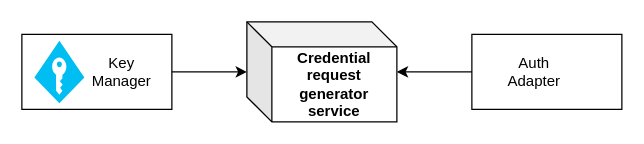
Earlier version of the draw.io diagram docs/_images/credential-request-generator.drawio (mosip/documentation). Source tidied: cells renumbered, new cells numbered last; positions are measured from the earlier drawing's top-left corner, leaving out a move shared by most shapes. Both pictures are drawn from the tidied source at 125%, with x=0, y=0 at pixel (21, 21).
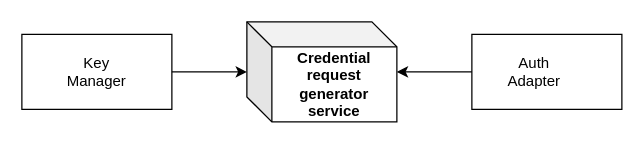
Above is the later version.

The edit, as a diff of the source:
```diff
@@
 <mxGraphModel>
   <root>
     <mxCell id="0" />
     <mxCell id="1" parent="0" />
     <mxCell id="2" value="&lt;b&gt;Credential request generator service&lt;/b&gt;" style="shape=cube;whiteSpace=wrap;html=1;boundedLbl=1;backgroundOutline=1;darkOpacity=0.05;darkOpacity2=0.1;" parent="1" vertex="1">
       <mxGeometry x="180" width="120" height="80" as="geometry" />
     </mxCell>
     <mxCell id="3" style="rounded=0;whiteSpace=wrap;html=1;" parent="1" vertex="1">
       <mxGeometry y="10" width="120" height="60" as="geometry" />
     </mxCell>
     <mxCell id="4" style="rounded=0;whiteSpace=wrap;html=1;" parent="1" vertex="1">
       <mxGeometry x="360" y="10" width="120" height="60" as="geometry" />
     </mxCell>
     <mxCell id="5" value="Key Manager" style="text;html=1;strokeColor=none;fillColor=none;align=center;verticalAlign=middle;whiteSpace=wrap;rounded=0;" parent="1" vertex="1">
-      <mxGeometry x="50" y="25" width="60" height="30" as="geometry" />
+      <mxGeometry x="30" y="25" width="60" height="30" as="geometry" />
     </mxCell>
     <mxCell id="6" value="Auth Adapter" style="text;html=1;strokeColor=none;fillColor=none;align=center;verticalAlign=middle;whiteSpace=wrap;rounded=0;" parent="1" vertex="1">
       <mxGeometry x="380" y="25" width="60" height="30" as="geometry" />
     </mxCell>
-    <mxCell id="7" style="verticalLabelPosition=bottom;html=1;verticalAlign=top;align=center;strokeColor=none;fillColor=#00BEF2;shape=mxgraph.azure.access_control;" parent="1" vertex="1">
-      <mxGeometry x="10" y="15" width="40" height="50" as="geometry" />
-    </mxCell>
     <mxCell id="8" style="endArrow=classic;html=1;rounded=0;exitX=0;exitY=0.5;exitDx=0;exitDy=0;" parent="1" edge="1" source="4">
       <mxGeometry relative="1" as="geometry">
         <mxPoint x="300" y="40" as="targetPoint" />
       </mxGeometry>
     </mxCell>
     <mxCell id="9" style="endArrow=classic;html=1;rounded=0;exitX=1;exitY=0.5;exitDx=0;exitDy=0;" parent="1" edge="1" source="3">
       <mxGeometry relative="1" as="geometry">
         <mxPoint x="180" y="40" as="targetPoint" />
       </mxGeometry>
     </mxCell>
   </root>
 </mxGraphModel>
```
